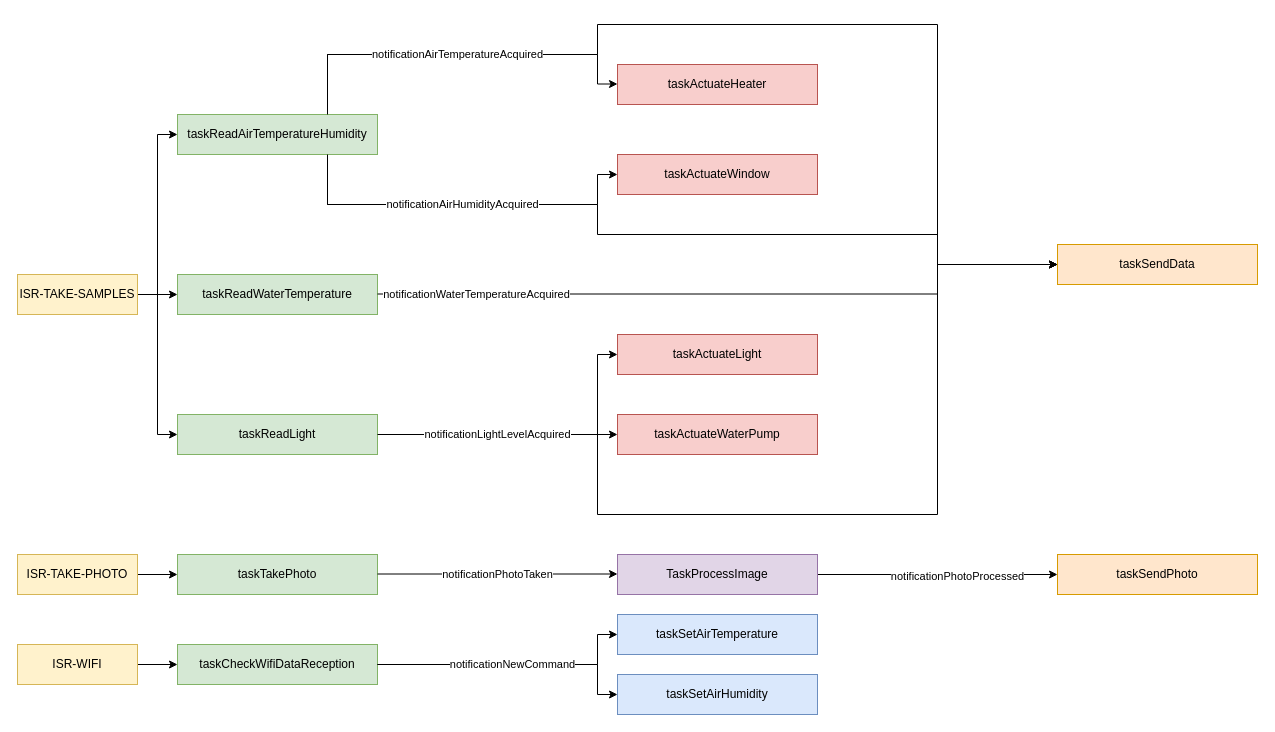
rafaelandrepedro/embebidos2122 keeps this draw.io diagram as Diagrams/taskrelation.drawio. Above is the earlier version. Source tidied: cells renumbered, new cells numbered last; positions are measured from the earlier drawing's top-left corner, leaving out a move shared by most shapes. Both pictures are drawn from the tidied source at 100%, with x=0, y=0 at pixel (17, 24).
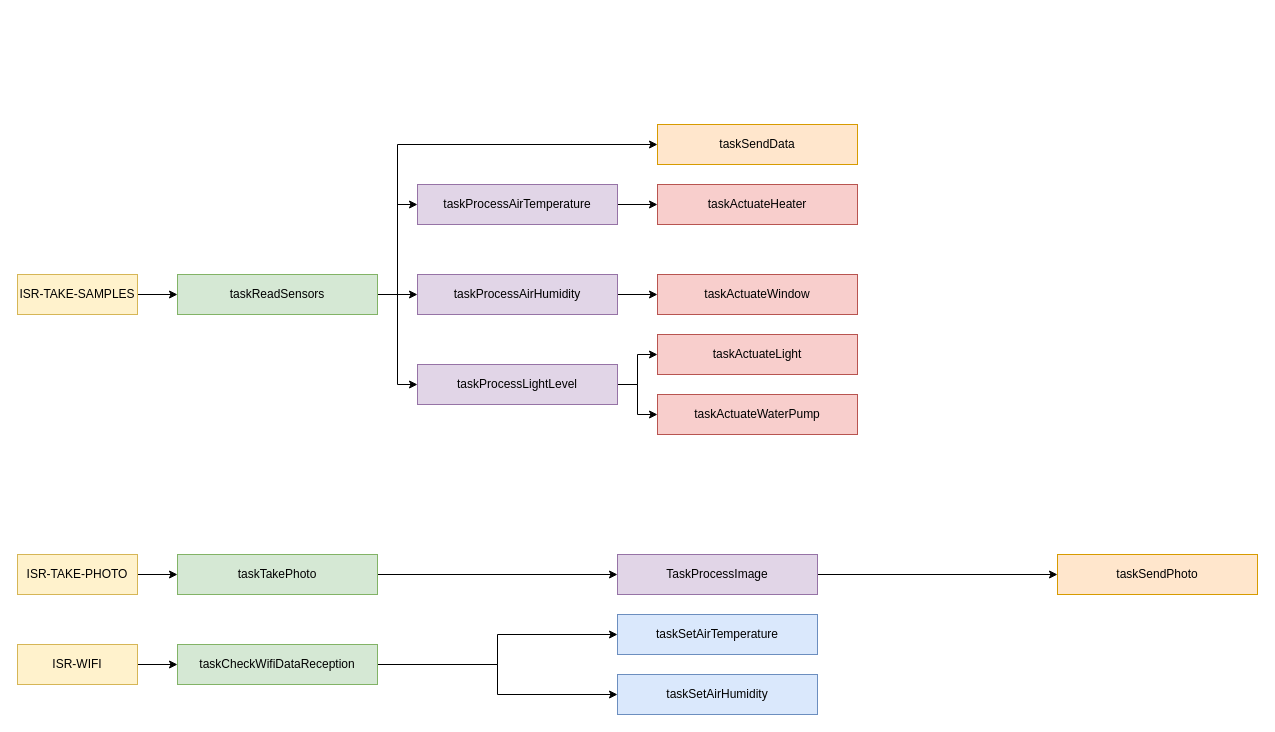
After the change.

Unchanged cells that the change refers to:
```xml
<mxCell id="8" value="ISR-TAKE-SAMPLES" style="rounded=0;whiteSpace=wrap;html=1;fillColor=#fff2cc;strokeColor=#d6b656;" parent="1" vertex="1">
  <mxGeometry y="250" width="120" height="40" as="geometry" />
</mxCell>
<mxCell id="13" value="taskTakePhoto" style="rounded=0;whiteSpace=wrap;html=1;fillColor=#d5e8d4;strokeColor=#82b366;" parent="1" vertex="1">
  <mxGeometry x="160" y="530" width="200" height="40" as="geometry" />
</mxCell>
<mxCell id="14" style="edgeStyle=orthogonalEdgeStyle;rounded=0;jettySize=auto;html=1;" parent="1" edge="1" source="16" target="19">
  <mxGeometry relative="1" as="geometry" />
</mxCell>
<mxCell id="16" value="TaskProcessImage" style="rounded=0;whiteSpace=wrap;html=1;fillColor=#e1d5e7;strokeColor=#9673a6;" parent="1" vertex="1">
  <mxGeometry x="600" y="530" width="200" height="40" as="geometry" />
</mxCell>
<mxCell id="22" value="taskCheckWifiDataReception" style="rounded=0;whiteSpace=wrap;html=1;fillColor=#d5e8d4;strokeColor=#82b366;" parent="1" vertex="1">
  <mxGeometry x="160" y="620" width="200" height="40" as="geometry" />
</mxCell>
<mxCell id="23" value="taskSetAirTemperature" style="rounded=0;whiteSpace=wrap;html=1;fillColor=#dae8fc;strokeColor=#6c8ebf;" parent="1" vertex="1">
  <mxGeometry x="600" y="590" width="200" height="40" as="geometry" />
</mxCell>
<mxCell id="24" value="taskSetAirHumidity" style="rounded=0;whiteSpace=wrap;html=1;fillColor=#dae8fc;strokeColor=#6c8ebf;" parent="1" vertex="1">
  <mxGeometry x="600" y="650" width="200" height="40" as="geometry" />
</mxCell>
```

What changed in the source:
```diff
@@
-    <mxCell id="2" style="edgeStyle=orthogonalEdgeStyle;rounded=0;jettySize=auto;html=1;entryX=0;entryY=0.5;entryDx=0;entryDy=0;" parent="1" edge="1" source="4" target="36">
-      <mxGeometry relative="1" as="geometry">
-        <Array as="points">
-          <mxPoint x="310" y="30" />
-          <mxPoint x="580" y="30" />
-          <mxPoint x="580" />
-          <mxPoint x="920" />
-          <mxPoint x="920" y="240" />
-        </Array>
-      </mxGeometry>
-    </mxCell>
-    <mxCell id="3" style="edgeStyle=orthogonalEdgeStyle;rounded=0;jettySize=auto;html=1;entryX=0;entryY=0.5;entryDx=0;entryDy=0;" parent="1" edge="1" source="4" target="36">
-      <mxGeometry relative="1" as="geometry">
-        <Array as="points">
-          <mxPoint x="310" y="180" />
-          <mxPoint x="580" y="180" />
-          <mxPoint x="580" y="210" />
-          <mxPoint x="920" y="210" />
-          <mxPoint x="920" y="240" />
-        </Array>
-      </mxGeometry>
-    </mxCell>
+    <mxCell id="37" style="edgeStyle=orthogonalEdgeStyle;rounded=0;jettySize=auto;html=1;" parent="1" edge="1" source="4" target="36">
+      <mxGeometry relative="1" as="geometry">
+        <Array as="points">
+          <mxPoint x="380" y="270" />
+          <mxPoint x="380" y="120" />
+        </Array>
+      </mxGeometry>
+    </mxCell>
+    <mxCell id="38" style="edgeStyle=orthogonalEdgeStyle;rounded=0;jettySize=auto;html=1;entryX=0;entryY=0.5;entryDx=0;entryDy=0;" parent="1" edge="1" source="4" target="50">
+      <mxGeometry relative="1" as="geometry" />
+    </mxCell>
+    <mxCell id="39" style="edgeStyle=orthogonalEdgeStyle;rounded=0;jettySize=auto;html=1;entryX=0;entryY=0.5;entryDx=0;entryDy=0;" parent="1" edge="1" source="4" target="45">
+      <mxGeometry relative="1" as="geometry" />
+    </mxCell>
+    <mxCell id="40" style="edgeStyle=orthogonalEdgeStyle;rounded=0;jettySize=auto;html=1;entryX=0;entryY=0.5;entryDx=0;entryDy=0;" parent="1" edge="1" source="4" target="47">
+      <mxGeometry relative="1" as="geometry" />
+    </mxCell>
-    <mxCell id="4" value="taskReadAirTemperatureHumidity" style="rounded=0;whiteSpace=wrap;html=1;fillColor=#d5e8d4;strokeColor=#82b366;" parent="1" vertex="1">
-      <mxGeometry x="160" y="90" width="200" height="40" as="geometry" />
+    <mxCell id="4" value="taskReadSensors" style="rounded=0;whiteSpace=wrap;html=1;fillColor=#d5e8d4;strokeColor=#82b366;" parent="1" vertex="1">
+      <mxGeometry x="160" y="250" width="200" height="40" as="geometry" />
     </mxCell>
@@
-    <mxCell id="6" style="edgeStyle=orthogonalEdgeStyle;rounded=0;jettySize=auto;html=1;entryX=0;entryY=0.5;entryDx=0;entryDy=0;" parent="1" edge="1" source="8" target="9">
-      <mxGeometry relative="1" as="geometry" />
-    </mxCell>
-    <mxCell id="7" style="edgeStyle=orthogonalEdgeStyle;rounded=0;jettySize=auto;html=1;entryX=0;entryY=0.5;entryDx=0;entryDy=0;" parent="1" edge="1" source="8" target="12">
-      <mxGeometry relative="1" as="geometry" />
-    </mxCell>
@@
-    <mxCell id="9" value="taskReadWaterTemperature" style="rounded=0;whiteSpace=wrap;html=1;fillColor=#d5e8d4;strokeColor=#82b366;" parent="1" vertex="1">
-      <mxGeometry x="160" y="250" width="200" height="40" as="geometry" />
-    </mxCell>
-    <mxCell id="10" style="edgeStyle=orthogonalEdgeStyle;rounded=0;jettySize=auto;html=1;entryX=0;entryY=0.5;entryDx=0;entryDy=0;" parent="1" edge="1" source="12" target="21">
-      <mxGeometry relative="1" as="geometry">
-        <Array as="points">
-          <mxPoint x="580" y="410" />
-          <mxPoint x="580" y="330" />
-        </Array>
-      </mxGeometry>
-    </mxCell>
-    <mxCell id="11" style="edgeStyle=orthogonalEdgeStyle;rounded=0;jettySize=auto;html=1;entryX=0;entryY=0.5;entryDx=0;entryDy=0;" parent="1" edge="1" source="12" target="36">
-      <mxGeometry relative="1" as="geometry">
-        <Array as="points">
-          <mxPoint x="580" y="410" />
-          <mxPoint x="580" y="490" />
-          <mxPoint x="920" y="490" />
-          <mxPoint x="920" y="240" />
-        </Array>
-      </mxGeometry>
-    </mxCell>
-    <mxCell id="12" value="taskReadLight" style="rounded=0;whiteSpace=wrap;html=1;fillColor=#d5e8d4;strokeColor=#82b366;" parent="1" vertex="1">
-      <mxGeometry x="160" y="390" width="200" height="40" as="geometry" />
-    </mxCell>
+    <mxCell id="41" style="edgeStyle=orthogonalEdgeStyle;rounded=0;jettySize=auto;html=1;" parent="1" edge="1" source="13" target="16">
+      <mxGeometry relative="1" as="geometry" />
+    </mxCell>
@@
-    <mxCell id="15" value="notificationPhotoProcessed" style="edgeLabel;html=1;align=center;verticalAlign=middle;" parent="14" vertex="1">
-      <mxGeometry x="0.16" y="-1" relative="1" as="geometry" />
-    </mxCell>
@@
     <mxCell id="17" value="taskActuateHeater" style="rounded=0;whiteSpace=wrap;html=1;fillColor=#f8cecc;strokeColor=#b85450;" parent="1" vertex="1">
-      <mxGeometry x="600" y="40" width="200" height="40" as="geometry" />
+      <mxGeometry x="640" y="160" width="200" height="40" as="geometry" />
     </mxCell>
     <mxCell id="18" value="taskActuateWindow" style="rounded=0;whiteSpace=wrap;html=1;fillColor=#f8cecc;strokeColor=#b85450;" parent="1" vertex="1">
-      <mxGeometry x="600" y="130" width="200" height="40" as="geometry" />
+      <mxGeometry x="640" y="250" width="200" height="40" as="geometry" />
     </mxCell>
@@
     <mxCell id="20" value="taskActuateWaterPump" style="rounded=0;whiteSpace=wrap;html=1;fillColor=#f8cecc;strokeColor=#b85450;" parent="1" vertex="1">
-      <mxGeometry x="600" y="390" width="200" height="40" as="geometry" />
+      <mxGeometry x="640" y="370" width="200" height="40" as="geometry" />
     </mxCell>
     <mxCell id="21" value="taskActuateLight" style="rounded=0;whiteSpace=wrap;html=1;fillColor=#f8cecc;strokeColor=#b85450;" parent="1" vertex="1">
-      <mxGeometry x="600" y="310" width="200" height="40" as="geometry" />
+      <mxGeometry x="640" y="310" width="200" height="40" as="geometry" />
     </mxCell>
+    <mxCell id="42" style="edgeStyle=orthogonalEdgeStyle;rounded=0;jettySize=auto;html=1;" parent="1" edge="1" source="22" target="23">
+      <mxGeometry relative="1" as="geometry" />
+    </mxCell>
+    <mxCell id="43" style="edgeStyle=orthogonalEdgeStyle;rounded=0;jettySize=auto;html=1;" parent="1" edge="1" source="22" target="24">
+      <mxGeometry relative="1" as="geometry" />
+    </mxCell>
@@
-    <mxCell id="25" value="notificationAirHumidityAcquired" style="edgeStyle=orthogonalEdgeStyle;rounded=0;jettySize=auto;html=1;exitX=0.75;exitY=1;exitDx=0;exitDy=0;entryX=0;entryY=0.5;entryDx=0;entryDy=0;" parent="1" edge="1" source="4">
-      <mxGeometry relative="1" as="geometry">
-        <mxPoint x="600" y="150" as="targetPoint" />
-        <Array as="points">
-          <mxPoint x="310" y="180" />
-          <mxPoint x="580" y="180" />
-          <mxPoint x="580" y="150" />
-        </Array>
-      </mxGeometry>
-    </mxCell>
-    <mxCell id="26" value="notificationWaterTemperatureAcquired" style="edgeStyle=orthogonalEdgeStyle;rounded=0;jettySize=auto;html=1;entryX=0;entryY=0.5;entryDx=0;entryDy=0;" parent="1" edge="1" target="36">
-      <mxGeometry x="-0.72" relative="1" as="geometry">
-        <mxPoint x="360" y="269.5" as="sourcePoint" />
-        <Array as="points">
-          <mxPoint x="920" y="270" />
-          <mxPoint x="920" y="240" />
-        </Array>
-      </mxGeometry>
-    </mxCell>
-    <mxCell id="27" value="notificationPhotoTaken" style="edgeStyle=orthogonalEdgeStyle;rounded=0;orthogonalLoop=1;jettySize=auto;html=1;" parent="1" edge="1">
-      <mxGeometry relative="1" as="geometry">
-        <mxPoint x="360" y="549.5" as="sourcePoint" />
-        <mxPoint x="600" y="549.5" as="targetPoint" />
-        <Array as="points">
-          <mxPoint x="470" y="549.5" />
-          <mxPoint x="470" y="549.5" />
-        </Array>
-      </mxGeometry>
-    </mxCell>
-    <mxCell id="28" value="notificationLightLevelAcquired" style="edgeStyle=orthogonalEdgeStyle;rounded=0;jettySize=auto;html=1;" parent="1" edge="1" source="12" target="20">
-      <mxGeometry relative="1" as="geometry" />
-    </mxCell>
-    <mxCell id="29" value="notificationAirTemperatureAcquired" style="edgeStyle=orthogonalEdgeStyle;rounded=0;jettySize=auto;html=1;exitX=0.75;exitY=0;exitDx=0;exitDy=0;" parent="1" edge="1" source="4">
-      <mxGeometry relative="1" as="geometry">
-        <mxPoint x="600" y="59.5" as="targetPoint" />
-        <Array as="points">
-          <mxPoint x="310" y="30" />
-          <mxPoint x="580" y="30" />
-          <mxPoint x="580" y="60" />
-        </Array>
-      </mxGeometry>
-    </mxCell>
-    <mxCell id="30" style="edgeStyle=orthogonalEdgeStyle;rounded=0;jettySize=auto;html=1;" parent="1" edge="1" target="23">
-      <mxGeometry relative="1" as="geometry">
-        <mxPoint x="360" y="640" as="sourcePoint" />
-        <Array as="points">
-          <mxPoint x="580" y="640" />
-          <mxPoint x="580" y="610" />
-        </Array>
-      </mxGeometry>
-    </mxCell>
-    <mxCell id="31" value="notificationNewCommand" style="edgeStyle=orthogonalEdgeStyle;rounded=0;jettySize=auto;html=1;entryX=0;entryY=0.5;entryDx=0;entryDy=0;" parent="1" edge="1" target="24">
-      <mxGeometry relative="1" as="geometry">
-        <mxPoint x="360" y="640" as="sourcePoint" />
-        <Array as="points">
-          <mxPoint x="580" y="640" />
-          <mxPoint x="580" y="670" />
-        </Array>
-      </mxGeometry>
-    </mxCell>
@@
     <mxCell id="36" value="taskSendData" style="rounded=0;whiteSpace=wrap;html=1;fillColor=#ffe6cc;strokeColor=#d79b00;" parent="1" vertex="1">
-      <mxGeometry x="1040" y="220" width="200" height="40" as="geometry" />
+      <mxGeometry x="640" y="100" width="200" height="40" as="geometry" />
     </mxCell>
+    <mxCell id="44" style="edgeStyle=orthogonalEdgeStyle;rounded=0;jettySize=auto;html=1;" parent="1" edge="1" source="45" target="17">
+      <mxGeometry relative="1" as="geometry" />
+    </mxCell>
+    <mxCell id="45" value="taskProcessAirTemperature" style="rounded=0;whiteSpace=wrap;html=1;fillColor=#e1d5e7;strokeColor=#9673a6;" parent="1" vertex="1">
+      <mxGeometry x="400" y="160" width="200" height="40" as="geometry" />
+    </mxCell>
+    <mxCell id="46" style="edgeStyle=orthogonalEdgeStyle;rounded=0;jettySize=auto;html=1;" parent="1" edge="1" source="47" target="18">
+      <mxGeometry relative="1" as="geometry" />
+    </mxCell>
+    <mxCell id="47" value="taskProcessAirHumidity" style="rounded=0;whiteSpace=wrap;html=1;fillColor=#e1d5e7;strokeColor=#9673a6;" parent="1" vertex="1">
+      <mxGeometry x="400" y="250" width="200" height="40" as="geometry" />
+    </mxCell>
+    <mxCell id="48" style="edgeStyle=orthogonalEdgeStyle;rounded=0;jettySize=auto;html=1;" parent="1" edge="1" source="50" target="21">
+      <mxGeometry relative="1" as="geometry" />
+    </mxCell>
+    <mxCell id="49" style="edgeStyle=orthogonalEdgeStyle;rounded=0;jettySize=auto;html=1;" parent="1" edge="1" source="50" target="20">
+      <mxGeometry relative="1" as="geometry" />
+    </mxCell>
+    <mxCell id="50" value="taskProcessLightLevel" style="rounded=0;whiteSpace=wrap;html=1;fillColor=#e1d5e7;strokeColor=#9673a6;" parent="1" vertex="1">
+      <mxGeometry x="400" y="340" width="200" height="40" as="geometry" />
+    </mxCell>
```
